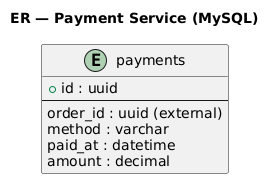
Before: 9-sem/Info/docs/images/Payments_ER.png, a diagram exported from PlantUML (kshchuk/uni). The source it was exported from:
```plantuml
@startuml Payments_ER
title ER — Payment Service (MySQL)

entity "payments" as PAY {
  + id : uuid
  --
  order_id : uuid (external)
  method : varchar
  paid_at : datetime
  amount : decimal
}

@enduml
```
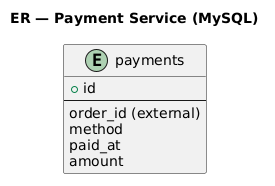
After the commit.

What changed in the source:
```diff
@@ -2,12 +2,12 @@
 title ER — Payment Service (MySQL)
 
 entity "payments" as PAY {
-  + id : uuid
+  + id
   --
-  order_id : uuid (external)
-  method : varchar
-  paid_at : datetime
-  amount : decimal
+  order_id (external)
+  method
+  paid_at
+  amount
 }
 
 @enduml
```
